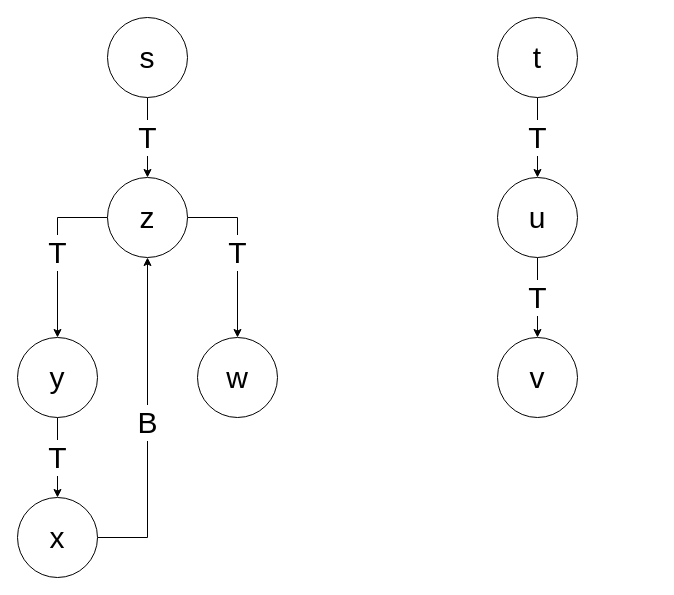
This is 20221110_graph_algorithms/doc/Untitled Diagram.drawio from dayan3847/graph_algorithms, a draw.io file, before an edit. Source tidied: cells renumbered, new cells numbered last; positions are measured from the earlier drawing's top-left corner, leaving out a move shared by most shapes. Both pictures are drawn from the tidied source at 100%, with x=0, y=0 at pixel (17, 17).
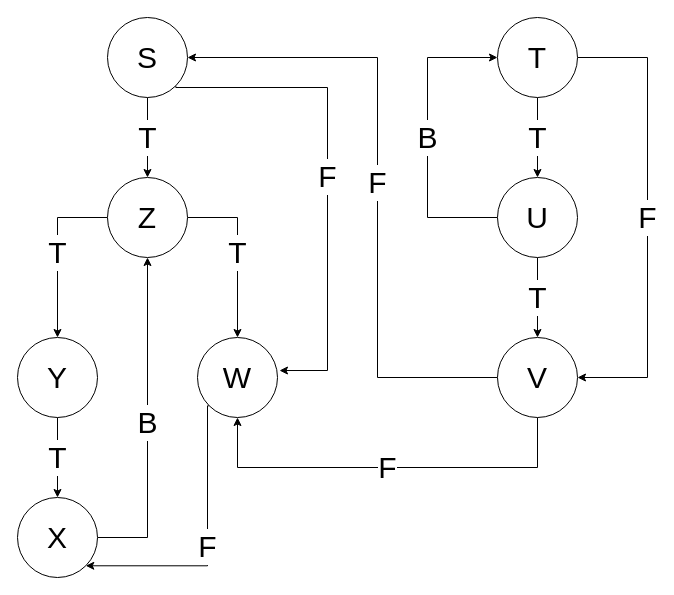
The same page after the edit.

The edit, as a diff of the source:
```diff
@@
+    <mxCell id="17" value="F" style="edgeStyle=orthogonalEdgeStyle;rounded=0;jettySize=auto;html=1;exitX=1;exitY=1;exitDx=0;exitDy=0;entryX=1.025;entryY=0.413;entryDx=0;entryDy=0;entryPerimeter=0;fontSize=30;" parent="1" edge="1" source="3" target="9">
+      <mxGeometry relative="1" as="geometry">
+        <Array as="points">
+          <mxPoint x="158" y="70" />
+          <mxPoint x="310" y="70" />
+          <mxPoint x="310" y="353" />
+        </Array>
+      </mxGeometry>
+    </mxCell>
-    <mxCell id="3" value="&lt;font style=&quot;font-size: 30px;&quot;&gt;s&lt;/font&gt;" style="ellipse;whiteSpace=wrap;html=1;" parent="1" vertex="1">
+    <mxCell id="3" value="&lt;font style=&quot;font-size: 30px;&quot;&gt;S&lt;/font&gt;" style="ellipse;whiteSpace=wrap;html=1;" parent="1" vertex="1">
       <mxGeometry x="90" width="80" height="80" as="geometry" />
     </mxCell>
@@
-    <mxCell id="6" value="z" style="ellipse;whiteSpace=wrap;html=1;fontSize=30;" parent="1" vertex="1">
+    <mxCell id="6" value="Z" style="ellipse;whiteSpace=wrap;html=1;fontSize=30;" parent="1" vertex="1">
       <mxGeometry x="90" y="160" width="80" height="80" as="geometry" />
     </mxCell>
@@
-    <mxCell id="8" value="y" style="ellipse;whiteSpace=wrap;html=1;fontSize=30;" parent="1" vertex="1">
+    <mxCell id="8" value="Y" style="ellipse;whiteSpace=wrap;html=1;fontSize=30;" parent="1" vertex="1">
       <mxGeometry y="320" width="80" height="80" as="geometry" />
     </mxCell>
+    <mxCell id="18" value="F" style="edgeStyle=orthogonalEdgeStyle;rounded=0;jettySize=auto;html=1;exitX=0;exitY=1;exitDx=0;exitDy=0;entryX=1;entryY=1;entryDx=0;entryDy=0;fontSize=30;" parent="1" edge="1" source="9" target="11">
+      <mxGeometry relative="1" as="geometry">
+        <Array as="points">
+          <mxPoint x="190" y="388" />
+          <mxPoint x="190" y="548" />
+        </Array>
+      </mxGeometry>
+    </mxCell>
-    <mxCell id="9" value="w" style="ellipse;whiteSpace=wrap;html=1;fontSize=30;" parent="1" vertex="1">
+    <mxCell id="9" value="W" style="ellipse;whiteSpace=wrap;html=1;fontSize=30;" parent="1" vertex="1">
       <mxGeometry x="180" y="320" width="80" height="80" as="geometry" />
     </mxCell>
@@
-    <mxCell id="11" value="x" style="ellipse;whiteSpace=wrap;html=1;fontSize=30;" parent="1" vertex="1">
+    <mxCell id="11" value="X" style="ellipse;whiteSpace=wrap;html=1;fontSize=30;" parent="1" vertex="1">
       <mxGeometry y="480" width="80" height="80" as="geometry" />
     </mxCell>
@@
+    <mxCell id="19" value="F" style="edgeStyle=orthogonalEdgeStyle;rounded=0;jettySize=auto;html=1;exitX=1;exitY=0.5;exitDx=0;exitDy=0;entryX=1;entryY=0.5;entryDx=0;entryDy=0;fontSize=30;" parent="1" edge="1" source="13" target="16">
+      <mxGeometry relative="1" as="geometry">
+        <Array as="points">
+          <mxPoint x="630" y="40" />
+          <mxPoint x="630" y="360" />
+        </Array>
+      </mxGeometry>
+    </mxCell>
-    <mxCell id="13" value="&lt;font style=&quot;font-size: 30px;&quot;&gt;t&lt;/font&gt;" style="ellipse;whiteSpace=wrap;html=1;" parent="1" vertex="1">
+    <mxCell id="13" value="&lt;font style=&quot;font-size: 30px;&quot;&gt;T&lt;/font&gt;" style="ellipse;whiteSpace=wrap;html=1;" parent="1" vertex="1">
       <mxGeometry x="480" width="80" height="80" as="geometry" />
     </mxCell>
@@
+    <mxCell id="20" value="B" style="edgeStyle=orthogonalEdgeStyle;rounded=0;jettySize=auto;html=1;entryX=0;entryY=0.5;entryDx=0;entryDy=0;fontSize=30;" parent="1" edge="1" source="15" target="13">
+      <mxGeometry relative="1" as="geometry">
+        <Array as="points">
+          <mxPoint x="410" y="200" />
+          <mxPoint x="410" y="40" />
+        </Array>
+      </mxGeometry>
+    </mxCell>
-    <mxCell id="15" value="&lt;font style=&quot;font-size: 30px;&quot;&gt;u&lt;/font&gt;" style="ellipse;whiteSpace=wrap;html=1;" parent="1" vertex="1">
+    <mxCell id="15" value="&lt;font style=&quot;font-size: 30px;&quot;&gt;U&lt;/font&gt;" style="ellipse;whiteSpace=wrap;html=1;" parent="1" vertex="1">
       <mxGeometry x="480" y="160" width="80" height="80" as="geometry" />
     </mxCell>
+    <mxCell id="21" value="F" style="edgeStyle=orthogonalEdgeStyle;rounded=0;jettySize=auto;html=1;exitX=0;exitY=0.5;exitDx=0;exitDy=0;entryX=1;entryY=0.5;entryDx=0;entryDy=0;fontSize=30;" parent="1" edge="1" source="16" target="3">
+      <mxGeometry relative="1" as="geometry">
+        <Array as="points">
+          <mxPoint x="360" y="360" />
+          <mxPoint x="360" y="40" />
+        </Array>
+      </mxGeometry>
+    </mxCell>
+    <mxCell id="22" value="F" style="edgeStyle=orthogonalEdgeStyle;rounded=0;jettySize=auto;html=1;entryX=0.5;entryY=1;entryDx=0;entryDy=0;fontSize=30;" parent="1" edge="1" source="16" target="9">
+      <mxGeometry relative="1" as="geometry">
+        <Array as="points">
+          <mxPoint x="520" y="450" />
+          <mxPoint x="220" y="450" />
+        </Array>
+      </mxGeometry>
+    </mxCell>
-    <mxCell id="16" value="&lt;font style=&quot;font-size: 30px;&quot;&gt;v&lt;/font&gt;" style="ellipse;whiteSpace=wrap;html=1;" parent="1" vertex="1">
+    <mxCell id="16" value="&lt;font style=&quot;font-size: 30px;&quot;&gt;V&lt;/font&gt;" style="ellipse;whiteSpace=wrap;html=1;" parent="1" vertex="1">
       <mxGeometry x="480" y="320" width="80" height="80" as="geometry" />
     </mxCell>
```
